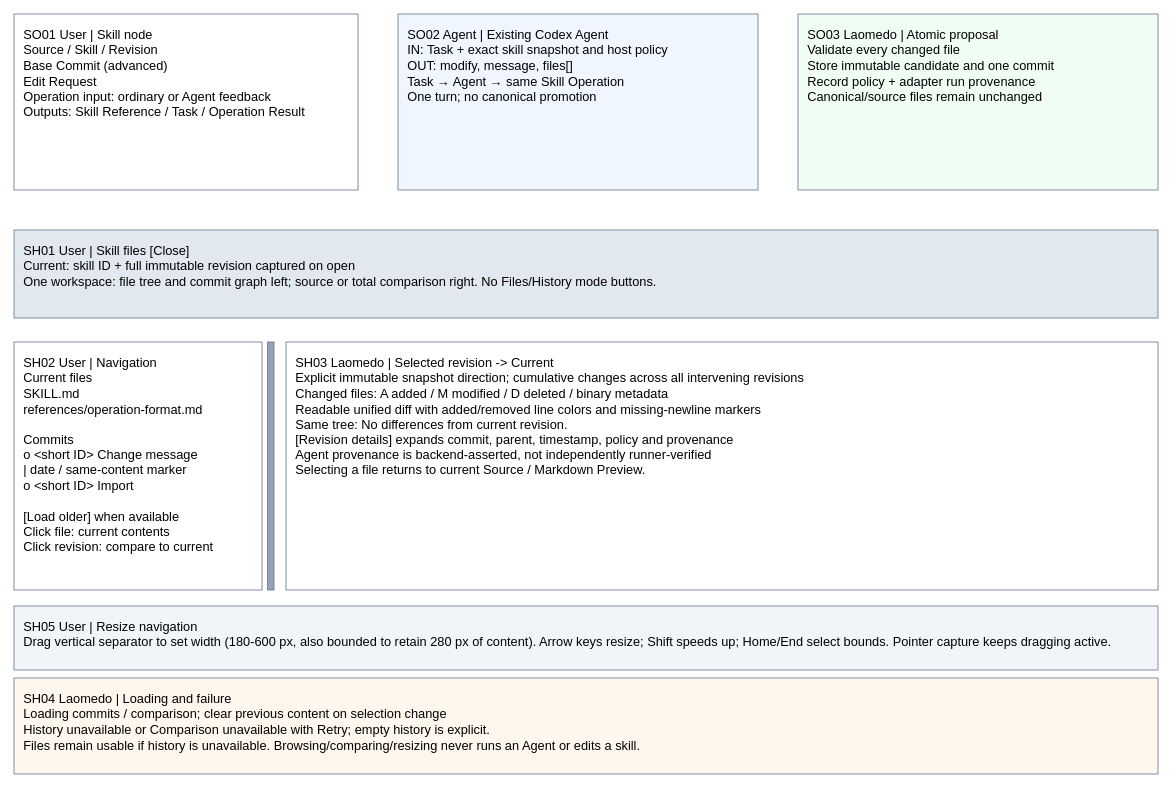
This is page "Skill operations and history" (2 of 2) of projects/laomedo/subsystems/skill-registry/design/skill-files.drawio from amadou-6e/specs, a draw.io file, before an edit. Source tidied: cells renumbered, new cells numbered last; positions are measured from the earlier drawing's top-left corner, leaving out a move shared by most shapes. Both pictures are drawn from the tidied source at 80%, with x=0, y=0 at pixel (14, 14).
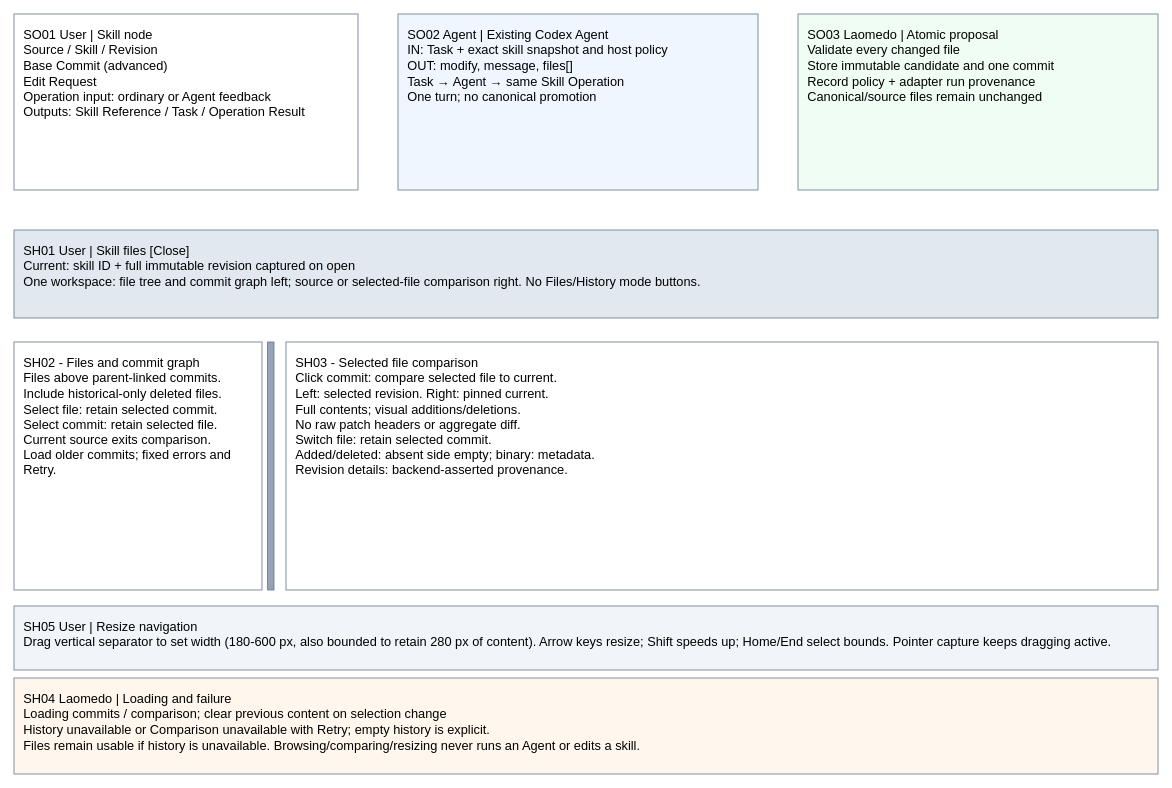
After the change.

Commit message (it also covers changes not shown here):
Specify file-scoped visual skill revision comparison

Diff of the diagram source:
```diff
@@
 <mxGraphModel>
   <root>
     <mxCell id="0" />
     <mxCell id="1" parent="0" />
     <mxCell id="2" value="SO01 User | Skill node&#10;Source / Skill / Revision&#10;Base Commit (advanced)&#10;Edit Request&#10;Operation input: ordinary or Agent feedback&#10;Outputs: Skill Reference / Task / Operation Result" style="rounded=0;whiteSpace=wrap;html=0;align=left;verticalAlign=top;spacing=12;fontFamily=Arial;fontSize=16;fillColor=#ffffff;strokeColor=#64748b;" parent="1" vertex="1">
       <mxGeometry width="430" height="220" as="geometry" />
     </mxCell>
     <mxCell id="3" value="SO02 Agent | Existing Codex Agent&#10;IN: Task + exact skill snapshot and host policy&#10;OUT: modify, message, files[]&#10;Task → Agent → same Skill Operation&#10;One turn; no canonical promotion" style="rounded=0;whiteSpace=wrap;html=0;align=left;verticalAlign=top;spacing=12;fontFamily=Arial;fontSize=16;fillColor=#eff6ff;strokeColor=#64748b;" parent="1" vertex="1">
       <mxGeometry x="480" width="450" height="220" as="geometry" />
     </mxCell>
     <mxCell id="4" value="SO03 Laomedo | Atomic proposal&#10;Validate every changed file&#10;Store immutable candidate and one commit&#10;Record policy + adapter run provenance&#10;Canonical/source files remain unchanged" style="rounded=0;whiteSpace=wrap;html=0;align=left;verticalAlign=top;spacing=12;fontFamily=Arial;fontSize=16;fillColor=#f0fdf4;strokeColor=#64748b;" parent="1" vertex="1">
       <mxGeometry x="980" width="450" height="220" as="geometry" />
     </mxCell>
-    <mxCell id="5" value="SH01 User | Skill files                                      [Close]&#10;Current: skill ID + full immutable revision captured on open&#10;One workspace: file tree and commit graph left; source or total comparison right. No Files/History mode buttons." style="rounded=0;whiteSpace=wrap;html=0;align=left;verticalAlign=top;spacing=12;fontFamily=Arial;fontSize=16;fillColor=#e2e8f0;strokeColor=#64748b;" parent="1" vertex="1">
+    <mxCell id="5" value="SH01 User | Skill files                                      [Close]&#10;Current: skill ID + full immutable revision captured on open&#10;One workspace: file tree and commit graph left; source or selected-file comparison right. No Files/History mode buttons." style="rounded=0;whiteSpace=wrap;html=0;align=left;verticalAlign=top;spacing=12;fontFamily=Arial;fontSize=16;fillColor=#e2e8f0;strokeColor=#64748b;" parent="1" vertex="1">
       <mxGeometry y="270" width="1430" height="110" as="geometry" />
     </mxCell>
-    <mxCell id="6" value="SH02 User | Navigation&#10;Current files&#10;  SKILL.md&#10;  references/operation-format.md&#10;&#10;Commits&#10; o &lt;short ID&gt; Change message&#10; |  date / same-content marker&#10; o &lt;short ID&gt; Import&#10;&#10;[Load older] when available&#10;Click file: current contents&#10;Click revision: compare to current" style="rounded=0;whiteSpace=wrap;html=0;align=left;verticalAlign=top;spacing=12;fontFamily=Arial;fontSize=16;fillColor=#ffffff;strokeColor=#64748b;" parent="1" vertex="1">
+    <mxCell id="6" value="SH02 - Files and commit graph&#10;Files above parent-linked commits.&#10;Include historical-only deleted files.&#10;Select file: retain selected commit.&#10;Select commit: retain selected file.&#10;Current source exits comparison.&#10;Load older commits; fixed errors and Retry." style="rounded=0;whiteSpace=wrap;html=0;align=left;verticalAlign=top;spacing=12;fontFamily=Arial;fontSize=16;fillColor=#ffffff;strokeColor=#64748b;" parent="1" vertex="1">
       <mxGeometry y="410" width="310" height="310" as="geometry" />
     </mxCell>
-    <mxCell id="7" value="SH03 Laomedo | Selected revision -&gt; Current&#10;Explicit immutable snapshot direction; cumulative changes across all intervening revisions&#10;Changed files: A added / M modified / D deleted / binary metadata&#10;Readable unified diff with added/removed line colors and missing-newline markers&#10;Same tree: No differences from current revision.&#10;[Revision details] expands commit, parent, timestamp, policy and provenance&#10;Agent provenance is backend-asserted, not independently runner-verified&#10;Selecting a file returns to current Source / Markdown Preview." style="rounded=0;whiteSpace=wrap;html=0;align=left;verticalAlign=top;spacing=12;fontFamily=Arial;fontSize=16;fillColor=#ffffff;strokeColor=#64748b;" parent="1" vertex="1">
+    <mxCell id="7" value="SH03 - Selected file comparison&#10;Click commit: compare selected file to current.&#10;Left: selected revision. Right: pinned current.&#10;Full contents; visual additions/deletions.&#10;No raw patch headers or aggregate diff.&#10;Switch file: retain selected commit.&#10;Added/deleted: absent side empty; binary: metadata.&#10;Revision details: backend-asserted provenance." style="rounded=0;whiteSpace=wrap;html=0;align=left;verticalAlign=top;spacing=12;fontFamily=Arial;fontSize=16;fillColor=#ffffff;strokeColor=#64748b;" parent="1" vertex="1">
       <mxGeometry x="340" y="410" width="1090" height="310" as="geometry" />
     </mxCell>
     <mxCell id="8" value="SH04 Laomedo | Loading and failure&#10;Loading commits / comparison; clear previous content on selection change&#10;History unavailable or Comparison unavailable with Retry; empty history is explicit.&#10;Files remain usable if history is unavailable. Browsing/comparing/resizing never runs an Agent or edits a skill." style="rounded=0;whiteSpace=wrap;html=0;align=left;verticalAlign=top;spacing=12;fontFamily=Arial;fontSize=16;fillColor=#fff7ed;strokeColor=#64748b;" parent="1" vertex="1">
       <mxGeometry y="830" width="1430" height="120" as="geometry" />
     </mxCell>
     <mxCell id="9" style="rounded=0;whiteSpace=wrap;html=0;align=left;verticalAlign=top;spacing=12;fontFamily=Arial;fontSize=16;fillColor=#94a3b8;strokeColor=#64748b;" parent="1" vertex="1">
       <mxGeometry x="317" y="410" width="8" height="310" as="geometry" />
     </mxCell>
     <mxCell id="10" value="SH05 User | Resize navigation&#10;Drag vertical separator to set width (180-600 px, also bounded to retain 280 px of content). Arrow keys resize; Shift speeds up; Home/End select bounds. Pointer capture keeps dragging active." style="rounded=0;whiteSpace=wrap;html=0;align=left;verticalAlign=top;spacing=12;fontFamily=Arial;fontSize=16;fillColor=#f1f5f9;strokeColor=#64748b;" parent="1" vertex="1">
       <mxGeometry y="740" width="1430" height="80" as="geometry" />
     </mxCell>
   </root>
 </mxGraphModel>
```
